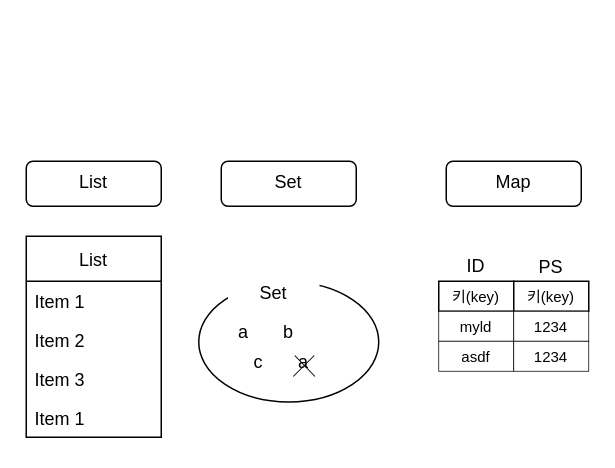
This is page "Page-1" (1 of 5) of collectionframwork.drawio from Lee-seungju/drawfile, a draw.io file, before an edit. Source tidied: cells renumbered, new cells numbered last; positions are measured from the earlier drawing's top-left corner, leaving out a move shared by most shapes. Both pictures are drawn from the tidied source at 150%, with x=0, y=0 at pixel (26, 160).
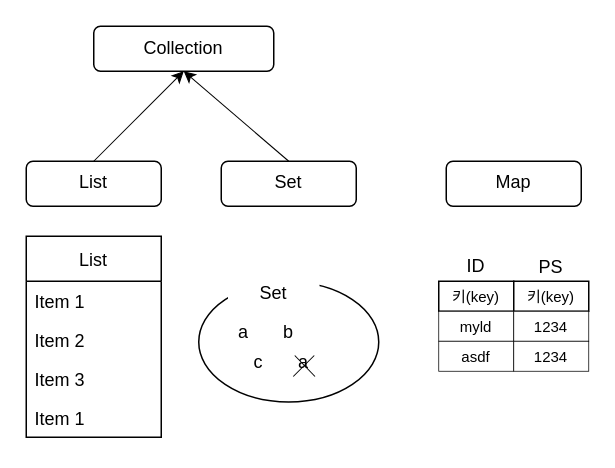
After the change.

The change refers to these unchanged cells:
```xml
<mxCell id="7" value="List" style="rounded=1;whiteSpace=wrap;html=1;verticalAlign=top;" parent="1" vertex="1">
  <mxGeometry width="90" height="30" as="geometry" />
</mxCell>
<mxCell id="8" value="Set" style="rounded=1;whiteSpace=wrap;html=1;verticalAlign=top;" parent="1" vertex="1">
  <mxGeometry x="130" width="90" height="30" as="geometry" />
</mxCell>
```

What changed in the source:
```diff
@@
+    <mxCell id="26" value="Collection" style="rounded=1;whiteSpace=wrap;html=1;strokeColor=#000000;strokeWidth=1;verticalAlign=middle;" parent="1" vertex="1">
+      <mxGeometry x="45" y="-90" width="120" height="30" as="geometry" />
+    </mxCell>
+    <mxCell id="27" style="endArrow=classic;html=1;strokeWidth=0.7;exitX=0.5;exitY=0;exitDx=0;exitDy=0;entryX=0.5;entryY=1;entryDx=0;entryDy=0;" parent="1" edge="1" source="7" target="26">
+      <mxGeometry relative="1" as="geometry" />
+    </mxCell>
+    <mxCell id="28" style="endArrow=classic;html=1;strokeWidth=0.7;exitX=0.5;exitY=0;exitDx=0;exitDy=0;entryX=0.5;entryY=1;entryDx=0;entryDy=0;" parent="1" edge="1" source="8" target="26">
+      <mxGeometry relative="1" as="geometry" />
+    </mxCell>
```
